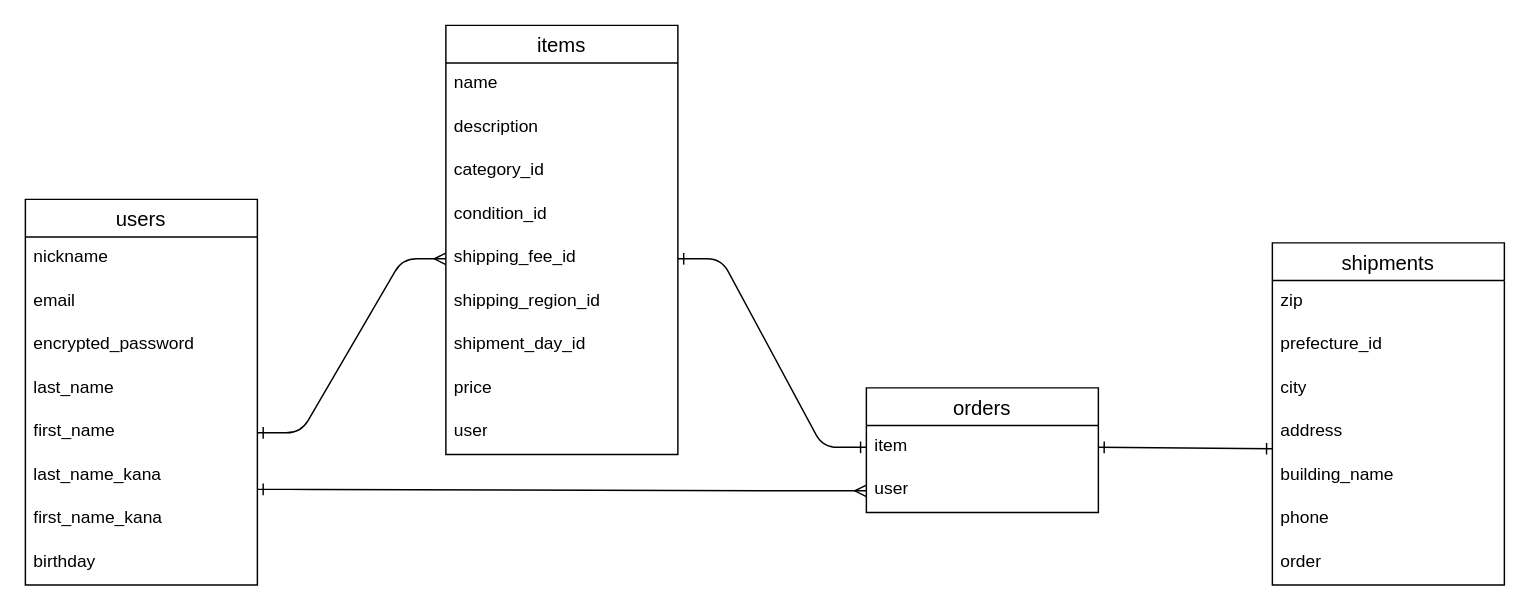
koharin55/furima-46121 keeps this draw.io diagram as ER.dio. Above is the earlier version. Source tidied: cells renumbered, new cells numbered last; positions are measured from the earlier drawing's top-left corner, leaving out a move shared by most shapes. Both pictures are drawn from the tidied source at 145%, with x=0, y=0 at pixel (25, 25).
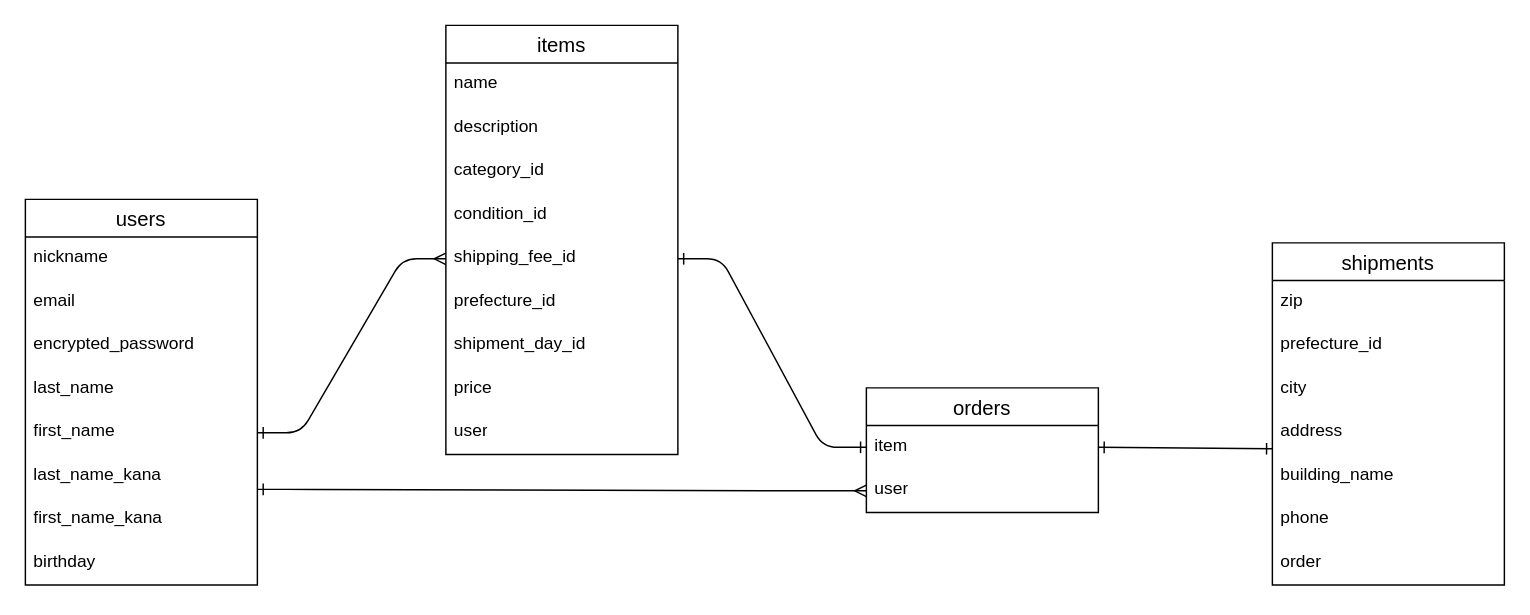
Above is the later version.

Unchanged cells that the change refers to:
```xml
<mxCell id="11" value="items" style="swimlane;fontStyle=0;horizontal=1;startSize=26;align=center;fontSize=14;" parent="1" vertex="1">
  <mxGeometry x="290" width="160" height="296" as="geometry" />
</mxCell>
```

Diff of the diagram source:
```diff
@@
-    <mxCell id="17" value="shipping_region_id" style="text;strokeColor=none;fillColor=none;spacingLeft=4;spacingRight=4;overflow=hidden;fontSize=12;whiteSpace=wrap;html=1;" parent="11" vertex="1">
+    <mxCell id="17" value="&lt;span style=&quot;color: rgb(0, 0, 0);&quot;&gt;prefecture_id&lt;/span&gt;" style="text;strokeColor=none;fillColor=none;spacingLeft=4;spacingRight=4;overflow=hidden;fontSize=12;whiteSpace=wrap;html=1;" parent="11" vertex="1">
       <mxGeometry y="176" width="160" height="30" as="geometry" />
     </mxCell>
```
